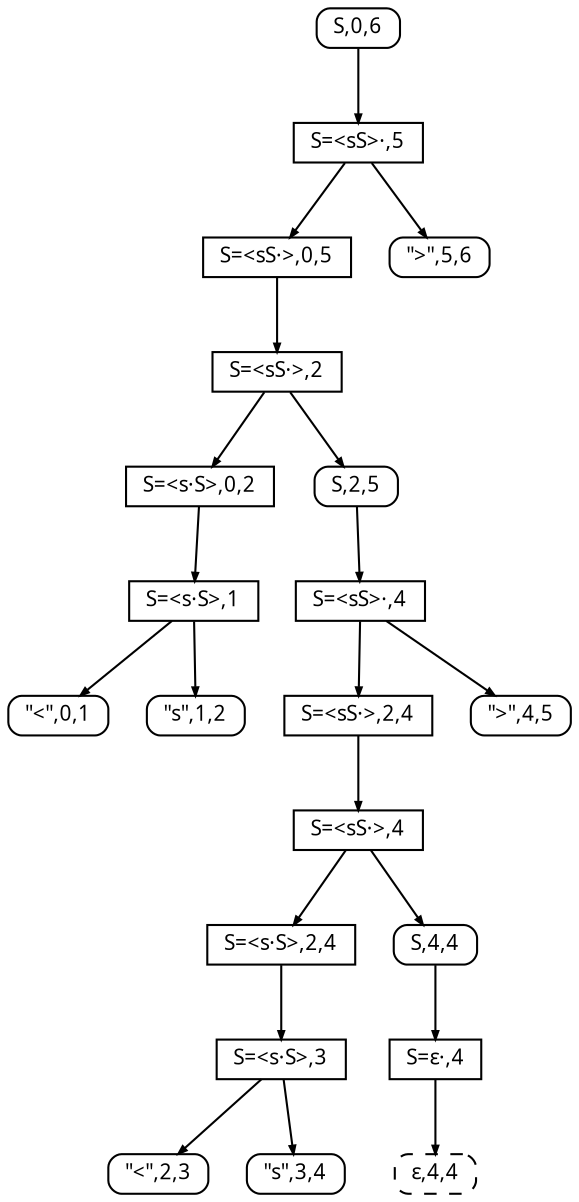
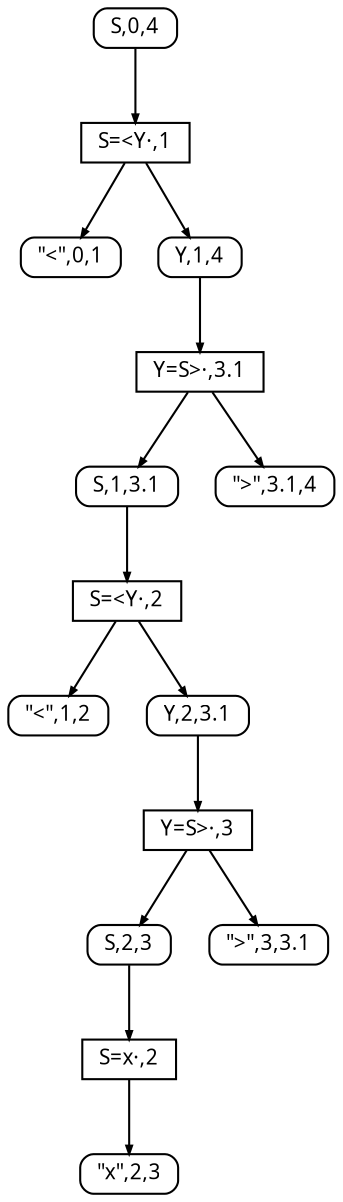
digraph SPPF {
  fontname = Menlo
  fontsize = 10
  node [fontname = Menlo, fontsize = 10]
  edge [arrowsize = 0.4]
  rankdir = "TB"
  ordering = out
-   n0 [shape = box, style = rounded, width=0.0, height=0.0, label = <S,0,6>]
-   n1 [shape = rectangle, width=0.0, height=0.0, label = "S=&lt;sS&gt;·,5"]
-   n2 [shape = box, style = rounded, width=0.0, height=0.0, label = <"&gt;",5,6>]
-   n3 [shape = rectangle, width=0.0, height=0.0, label = <S=&lt;sS·&gt;,0,5>]
-   n4 [shape = rectangle, width=0.0, height=0.0, label = "S=&lt;sS·&gt;,2"]
-   n5 [shape = box, style = rounded, width=0.0, height=0.0, label = <S,2,5>]
-   n6 [shape = rectangle, width=0.0, height=0.0, label = <S=&lt;s·S&gt;,0,2>]
-   n7 [shape = rectangle, width=0.0, height=0.0, label = "S=&lt;sS&gt;·,4"]
-   n8 [shape = rectangle, width=0.0, height=0.0, label = "S=&lt;s·S&gt;,1"]
-   n9 [shape = box, style = rounded, width=0.0, height=0.0, label = <"&gt;",4,5>]
-   n10 [shape = rectangle, width=0.0, height=0.0, label = <S=&lt;sS·&gt;,2,4>]
-   n11 [shape = box, style = rounded, width=0.0, height=0.0, label = <"s",1,2>]
-   n12 [shape = box, style = rounded, width=0.0, height=0.0, label = <"&lt;",0,1>]
-   n13 [shape = rectangle, width=0.0, height=0.0, label = "S=&lt;sS·&gt;,4"]
-   n14 [shape = box, style = rounded, width=0.0, height=0.0, label = <S,4,4>]
-   n15 [shape = rectangle, width=0.0, height=0.0, label = <S=&lt;s·S&gt;,2,4>]
-   n16 [shape = rectangle, width=0.0, height=0.0, label = "S=ε·,4"]
-   n17 [shape = rectangle, width=0.0, height=0.0, label = "S=&lt;s·S&gt;,3"]
-   n18 [shape = box, style = "rounded, dashed", width=0.0, height=0.0, label = <ε,4,4>]
-   n19 [shape = box, style = rounded, width=0.0, height=0.0, label = <"s",3,4>]
-   n20 [shape = box, style = rounded, width=0.0, height=0.0, label = <"&lt;",2,3>]
+   n0 [shape = box, style = rounded, width=0.0, height=0.0, label = <S,0,4>]
+   n1 [shape = rectangle, width=0.0, height=0.0, label = "S=&lt;Y·,1"]
+   n2 [shape = box, style = rounded, width=0.0, height=0.0, label = <Y,1,4>]
+   n3 [shape = box, style = rounded, width=0.0, height=0.0, label = <"&lt;",0,1>]
+   n4 [shape = rectangle, width=0.0, height=0.0, label = "Y=S&gt;·,3.1"]
+   n5 [shape = box, style = rounded, width=0.0, height=0.0, label = <"&gt;",3.1,4>]
+   n6 [shape = box, style = rounded, width=0.0, height=0.0, label = <S,1,3.1>]
+   n7 [shape = rectangle, width=0.0, height=0.0, label = "S=&lt;Y·,2"]
+   n8 [shape = box, style = rounded, width=0.0, height=0.0, label = <Y,2,3.1>]
+   n9 [shape = box, style = rounded, width=0.0, height=0.0, label = <"&lt;",1,2>]
+   n10 [shape = rectangle, width=0.0, height=0.0, label = "Y=S&gt;·,3"]
+   n11 [shape = box, style = rounded, width=0.0, height=0.0, label = <"&gt;",3,3.1>]
+   n12 [shape = box, style = rounded, width=0.0, height=0.0, label = <S,2,3>]
+   n13 [shape = rectangle, width=0.0, height=0.0, label = "S=x·,2"]
+   n14 [shape = box, style = rounded, width=0.0, height=0.0, label = <"x",2,3>]
  n0 -> n1
  n1 -> n3
  n1 -> n2
-   n3 -> n4
+   n2 -> n4
  n4 -> n6
  n4 -> n5
-   n5 -> n7
-   n6 -> n8
-   n7 -> n10
+   n6 -> n7
  n7 -> n9
-   n8 -> n12
-   n8 -> n11
-   n10 -> n13
-   n13 -> n15
+   n7 -> n8
+   n8 -> n10
+   n10 -> n12
+   n10 -> n11
+   n12 -> n13
  n13 -> n14
-   n14 -> n16
-   n15 -> n17
-   n16 -> n18
-   n17 -> n20
-   n17 -> n19
}
